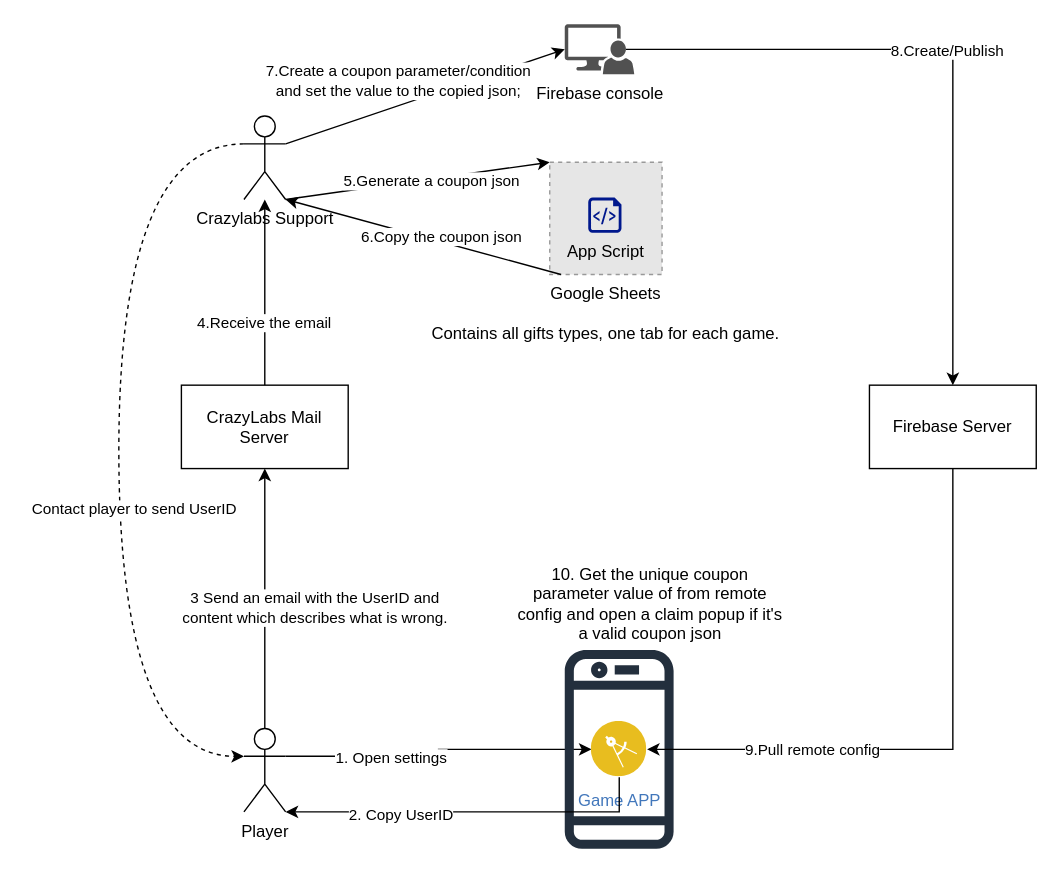
This is page "Stage1-UniqueCoupon" (2 of 5) of Remote Config Coupon Architecture.drawio from yaohuiwu/SimpleFS, a draw.io file, before an edit. Source tidied: cells renumbered, new cells numbered last; positions are measured from the earlier drawing's top-left corner, leaving out a move shared by most shapes. Both pictures are drawn from the tidied source at 139%, with x=0, y=0 at pixel (118, 24). Pictures stored in the file or linked from it are replaced by grey dashed boxes.
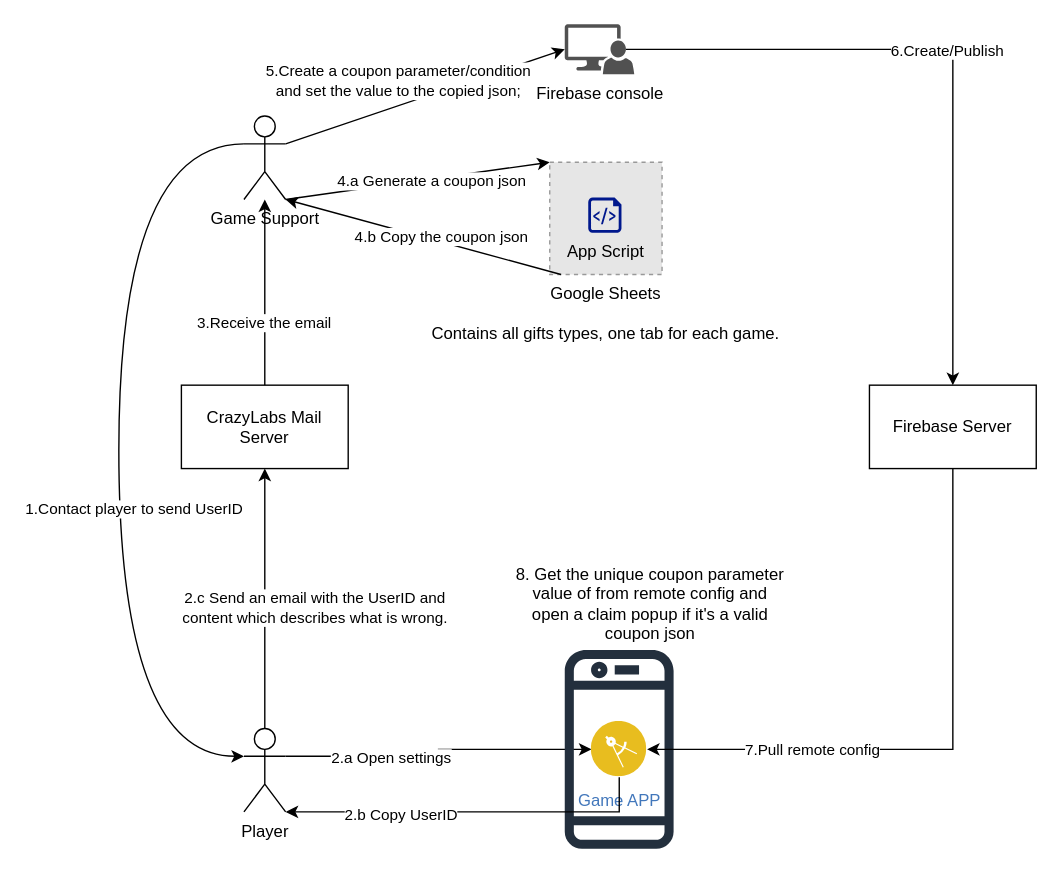
The same diagram, later.

Unchanged cells that the change refers to:
```xml
<mxCell id="2" style="edgeStyle=orthogonalEdgeStyle;rounded=0;jettySize=auto;html=1;exitX=1;exitY=0.3333333333333333;exitDx=0;exitDy=0;exitPerimeter=0;entryX=0;entryY=0.5;entryDx=0;entryDy=0;" parent="1" edge="1" source="6" target="17">
  <mxGeometry relative="1" as="geometry" />
</mxCell>
<mxCell id="4" style="edgeStyle=orthogonalEdgeStyle;rounded=0;jettySize=auto;html=1;exitX=0.5;exitY=0;exitDx=0;exitDy=0;exitPerimeter=0;entryX=0.5;entryY=1;entryDx=0;entryDy=0;" parent="1" edge="1" source="6" target="13">
  <mxGeometry relative="1" as="geometry" />
</mxCell>
<mxCell id="6" value="Player" style="shape=umlActor;verticalLabelPosition=bottom;verticalAlign=top;html=1;outlineConnect=0;" parent="1" vertex="1">
  <mxGeometry x="90" y="506.6" width="30" height="60" as="geometry" />
</mxCell>
<mxCell id="8" style="edgeStyle=orthogonalEdgeStyle;rounded=0;jettySize=auto;html=1;exitX=0.5;exitY=1;exitDx=0;exitDy=0;entryX=1;entryY=0.5;entryDx=0;entryDy=0;" parent="1" edge="1" source="10" target="17">
  <mxGeometry relative="1" as="geometry" />
</mxCell>
<mxCell id="11" style="edgeStyle=orthogonalEdgeStyle;rounded=0;jettySize=auto;html=1;exitX=0.5;exitY=0;exitDx=0;exitDy=0;" parent="1" edge="1" source="13" target="20">
  <mxGeometry relative="1" as="geometry">
    <Array as="points">
      <mxPoint x="105" y="289.6" />
      <mxPoint x="105" y="289.6" />
    </Array>
  </mxGeometry>
</mxCell>
<mxCell id="14" style="edgeStyle=orthogonalEdgeStyle;rounded=0;jettySize=auto;html=1;exitX=0.88;exitY=0.5;exitDx=0;exitDy=0;exitPerimeter=0;" parent="1" edge="1" source="16" target="10">
  <mxGeometry relative="1" as="geometry" />
</mxCell>
<mxCell id="18" style="edgeStyle=none;rounded=0;jettySize=auto;html=1;exitX=1;exitY=1;exitDx=0;exitDy=0;exitPerimeter=0;entryX=0;entryY=0;entryDx=0;entryDy=0;" parent="1" edge="1" source="20" target="26">
  <mxGeometry relative="1" as="geometry" />
</mxCell>
<mxCell id="21" style="rounded=0;jettySize=auto;html=1;exitX=1;exitY=0.3333333333333333;exitDx=0;exitDy=0;exitPerimeter=0;entryX=0;entryY=0.5;entryDx=0;entryDy=0;entryPerimeter=0;" parent="1" edge="1" source="20" target="16">
  <mxGeometry relative="1" as="geometry" />
</mxCell>
<mxCell id="23" style="edgeStyle=orthogonalEdgeStyle;rounded=0;jettySize=auto;html=1;exitX=0.5;exitY=1;exitDx=0;exitDy=0;entryX=1;entryY=1;entryDx=0;entryDy=0;entryPerimeter=0;" parent="1" edge="1" source="17" target="6">
  <mxGeometry relative="1" as="geometry">
    <Array as="points">
      <mxPoint x="360" y="567" />
    </Array>
  </mxGeometry>
</mxCell>
<mxCell id="29" style="edgeStyle=none;rounded=0;jettySize=auto;html=1;exitX=0.1;exitY=1;exitDx=0;exitDy=0;entryX=1;entryY=1;entryDx=0;entryDy=0;entryPerimeter=0;exitPerimeter=0;" parent="1" edge="1" source="26" target="20">
  <mxGeometry relative="1" as="geometry" />
</mxCell>
```

Change to the diagram source:
```diff
@@
-    <mxCell id="3" value="1. Open settings" style="edgeLabel;html=1;align=center;verticalAlign=middle;" parent="2" vertex="1">
+    <mxCell id="3" value="2.a Open settings" style="edgeLabel;html=1;align=center;verticalAlign=middle;" parent="2" vertex="1">
       <mxGeometry x="-0.33" y="-1" relative="1" as="geometry" />
     </mxCell>
@@
-    <mxCell id="5" value="3 Send an email with the UserID and &lt;br&gt;content which describes what is wrong." style="edgeLabel;html=1;align=center;verticalAlign=middle;" parent="4" vertex="1">
+    <mxCell id="5" value="2.c Send an email with the UserID and &lt;br&gt;content which describes what is wrong." style="edgeLabel;html=1;align=center;verticalAlign=middle;" parent="4" vertex="1">
       <mxGeometry x="-0.21" y="-4" relative="1" as="geometry">
         <mxPoint x="31" y="-13" as="offset" />
       </mxGeometry>
     </mxCell>
@@
-    <mxCell id="9" value="9.Pull remote config" style="edgeLabel;html=1;align=center;verticalAlign=middle;" parent="8" vertex="1">
+    <mxCell id="9" value="7.Pull remote config" style="edgeLabel;html=1;align=center;verticalAlign=middle;" parent="8" vertex="1">
       <mxGeometry x="0.44" relative="1" as="geometry" />
     </mxCell>
@@
-    <mxCell id="12" value="4.Receive the email&amp;nbsp;" style="edgeLabel;html=1;align=center;verticalAlign=middle;" parent="11" vertex="1">
+    <mxCell id="12" value="3.Receive the email&amp;nbsp;" style="edgeLabel;html=1;align=center;verticalAlign=middle;" parent="11" vertex="1">
       <mxGeometry x="0.08" relative="1" as="geometry" />
     </mxCell>
@@
-    <mxCell id="15" value="8.Create/Publish" style="edgeLabel;html=1;align=center;verticalAlign=middle;" parent="14" vertex="1">
+    <mxCell id="15" value="6.Create/Publish" style="edgeLabel;html=1;align=center;verticalAlign=middle;" parent="14" vertex="1">
       <mxGeometry x="-0.03" relative="1" as="geometry" />
     </mxCell>
@@
-    <mxCell id="19" value="5.Generate a coupon json" style="edgeLabel;html=1;align=center;verticalAlign=middle;" parent="18" vertex="1">
+    <mxCell id="19" value="4.a Generate a coupon json" style="edgeLabel;html=1;align=center;verticalAlign=middle;" parent="18" vertex="1">
       <mxGeometry x="0.09" y="-1" relative="1" as="geometry" />
     </mxCell>
-    <mxCell id="20" value="Crazylabs Support" style="shape=umlActor;verticalLabelPosition=bottom;verticalAlign=top;html=1;outlineConnect=0;" parent="1" vertex="1">
+    <mxCell id="20" value="Game Support" style="shape=umlActor;verticalLabelPosition=bottom;verticalAlign=top;html=1;outlineConnect=0;" parent="1" vertex="1">
       <mxGeometry x="90" y="66" width="30" height="60" as="geometry" />
     </mxCell>
@@
-    <mxCell id="22" value="7.Create a coupon parameter/condition &lt;br&gt;and set the value to the copied json;" style="edgeLabel;html=1;align=center;verticalAlign=middle;" parent="21" vertex="1">
+    <mxCell id="22" value="5.Create a coupon parameter/condition &lt;br&gt;and set the value to the copied json;" style="edgeLabel;html=1;align=center;verticalAlign=middle;" parent="21" vertex="1">
       <mxGeometry x="-0.25" y="-1" relative="1" as="geometry">
         <mxPoint x="4" y="-21" as="offset" />
       </mxGeometry>
     </mxCell>
@@
-    <mxCell id="24" value="2. Copy UserID" style="edgeLabel;html=1;align=center;verticalAlign=middle;" parent="23" vertex="1">
+    <mxCell id="24" value="2.b Copy UserID" style="edgeLabel;html=1;align=center;verticalAlign=middle;" parent="23" vertex="1">
       <mxGeometry x="0.38" y="2" relative="1" as="geometry" />
     </mxCell>
-    <mxCell id="25" value="10. Get the unique coupon parameter value of from remote config and open a claim popup if it's a valid coupon json" style="text;html=1;strokeColor=none;fillColor=none;align=center;verticalAlign=middle;whiteSpace=wrap;rounded=0;" parent="1" vertex="1">
+    <mxCell id="25" value="8. Get the unique coupon parameter value of from remote config and open a claim popup if it's a valid coupon json" style="text;html=1;strokeColor=none;fillColor=none;align=center;verticalAlign=middle;whiteSpace=wrap;rounded=0;" parent="1" vertex="1">
       <mxGeometry x="285" y="387.1" width="195" height="60" as="geometry" />
     </mxCell>
@@
-    <mxCell id="27" style="edgeStyle=orthogonalEdgeStyle;rounded=0;jettySize=auto;html=1;exitX=0;exitY=0.3333333333333333;exitDx=0;exitDy=0;exitPerimeter=0;entryX=0;entryY=0.3333333333333333;entryDx=0;entryDy=0;entryPerimeter=0;curved=1;dashed=1;" parent="1" edge="1" source="20" target="6">
+    <mxCell id="27" style="edgeStyle=orthogonalEdgeStyle;rounded=0;jettySize=auto;html=1;exitX=0;exitY=0.3333333333333333;exitDx=0;exitDy=0;exitPerimeter=0;entryX=0;entryY=0.3333333333333333;entryDx=0;entryDy=0;entryPerimeter=0;curved=1;" parent="1" edge="1" source="20" target="6">
       <mxGeometry relative="1" as="geometry">
         <Array as="points">
           <mxPoint y="86" />
           <mxPoint y="527" />
         </Array>
       </mxGeometry>
     </mxCell>
-    <mxCell id="28" value="Contact player to send UserID" style="edgeLabel;html=1;align=center;verticalAlign=middle;" parent="27" vertex="1">
+    <mxCell id="28" value="1.Contact player to send UserID" style="edgeLabel;html=1;align=center;verticalAlign=middle;" parent="27" vertex="1">
       <mxGeometry x="0.04" relative="1" as="geometry">
         <mxPoint x="10" y="29" as="offset" />
       </mxGeometry>
     </mxCell>
@@
-    <mxCell id="30" value="6.Copy the coupon json" style="edgeLabel;html=1;align=center;verticalAlign=middle;" parent="29" vertex="1">
+    <mxCell id="30" value="4.b Copy the coupon json" style="edgeLabel;html=1;align=center;verticalAlign=middle;" parent="29" vertex="1">
       <mxGeometry x="-0.11" y="-4" relative="1" as="geometry" />
     </mxCell>
```
